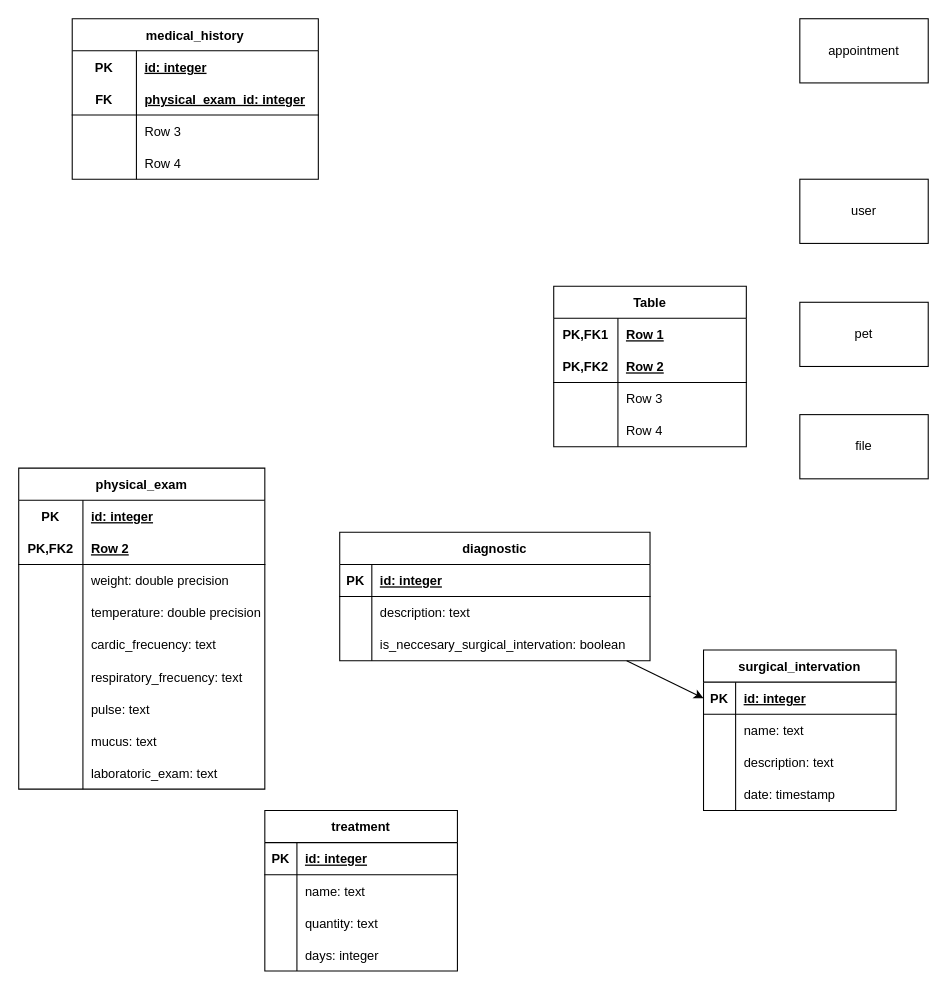
Earlier version of the draw.io diagram db-diagram.drawio (fabio248/dsi-nest-backend). Source tidied: cells renumbered, new cells numbered last; positions are measured from the earlier drawing's top-left corner, leaving out a move shared by most shapes. Both pictures are drawn from the tidied source at 107%, with x=0, y=0 at pixel (18, 18).
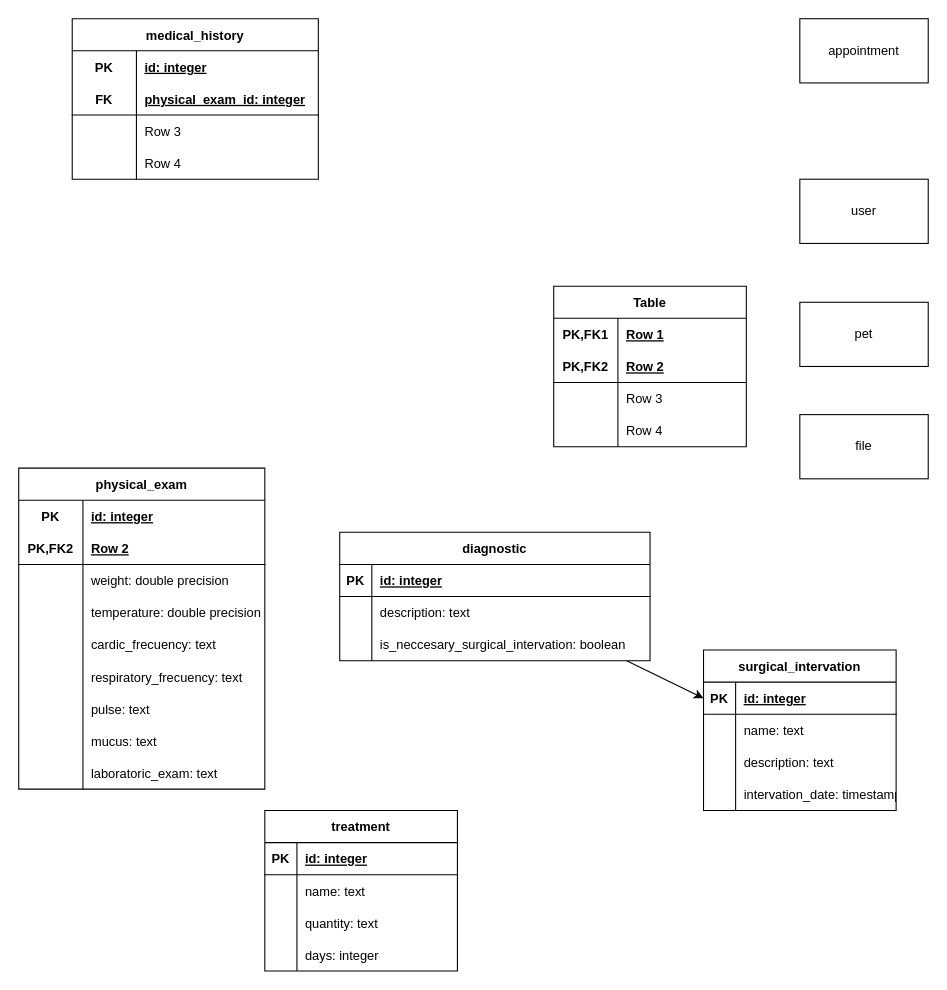
After the change.

Unchanged cells that the change refers to:
```xml
<mxCell id="81" style="shape=tableRow;horizontal=0;startSize=0;swimlaneHead=0;swimlaneBody=0;fillColor=none;top=0;left=0;right=0;bottom=0;" parent="71" vertex="1">
  <mxGeometry y="120" width="180" height="30" as="geometry" />
</mxCell>
```

Change to the diagram source:
```diff
@@
-    <mxCell id="83" value="date: timestamp" style="shape=partialRectangle;fillColor=none;top=0;left=0;bottom=0;right=0;align=left;spacingLeft=6;overflow=hidden;" parent="81" vertex="1">
+    <mxCell id="83" value="intervation_date: timestamp" style="shape=partialRectangle;fillColor=none;top=0;left=0;bottom=0;right=0;align=left;spacingLeft=6;overflow=hidden;" parent="81" vertex="1">
       <mxGeometry x="30" width="150" height="30" as="geometry" />
     </mxCell>
```
